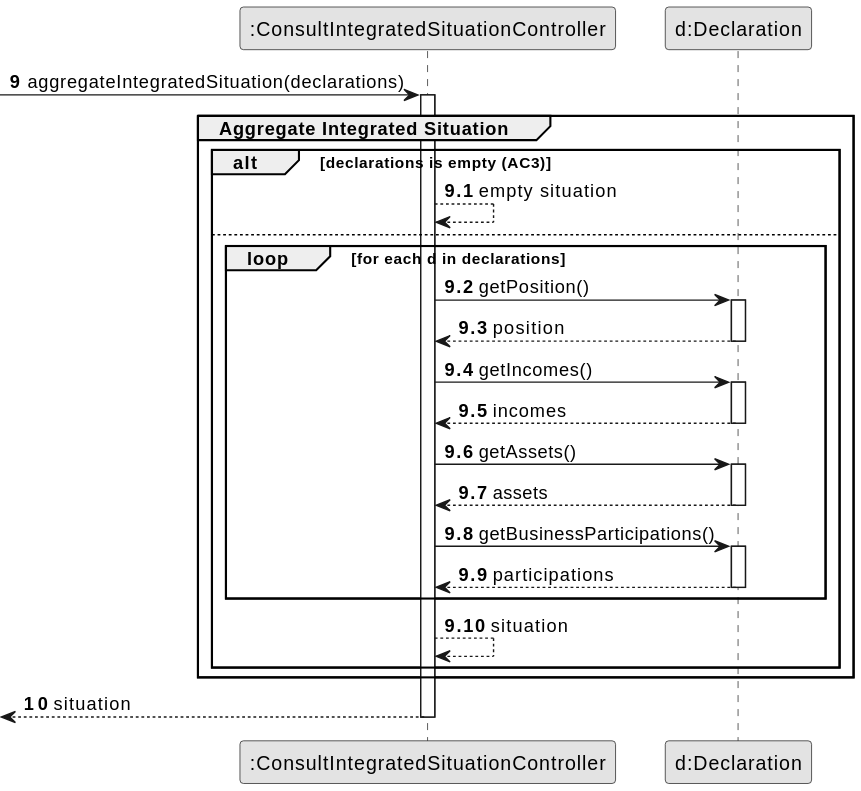
Above: docs/system-documentation/US09/03.design/svg/US09-SD-partial-aggregate-integrated-situation.svg in brunodspinto/crystal-clear-platform (PlantUML), before the change. The source it was exported from:
```plantuml
@startuml
skinparam monochrome true
skinparam packageStyle rectangle
skinparam shadowing false

autonumber

participant ":ConsultIntegratedSituationController" as CTRL
participant "d:Declaration" as DEC

autonumber 9
 -> CTRL : aggregateIntegratedSituation(declarations)
autonumber 9.1
activate CTRL
    group Aggregate Integrated Situation

        alt declarations is empty (AC3)
            CTRL --> CTRL : empty situation
        else
            loop for each d in declarations
                CTRL -> DEC : getPosition()
                activate DEC
                    DEC --> CTRL : position
                deactivate DEC

                CTRL -> DEC : getIncomes()
                activate DEC
                    DEC --> CTRL : incomes
                deactivate DEC

                CTRL -> DEC : getAssets()
                activate DEC
                    DEC --> CTRL : assets
                deactivate DEC

                CTRL -> DEC : getBusinessParticipations()
                activate DEC
                    DEC --> CTRL : participations
                deactivate DEC
            end
            CTRL --> CTRL : situation
        end

    end
    autonumber 10
    <-- CTRL : situation
deactivate CTRL
@enduml
```
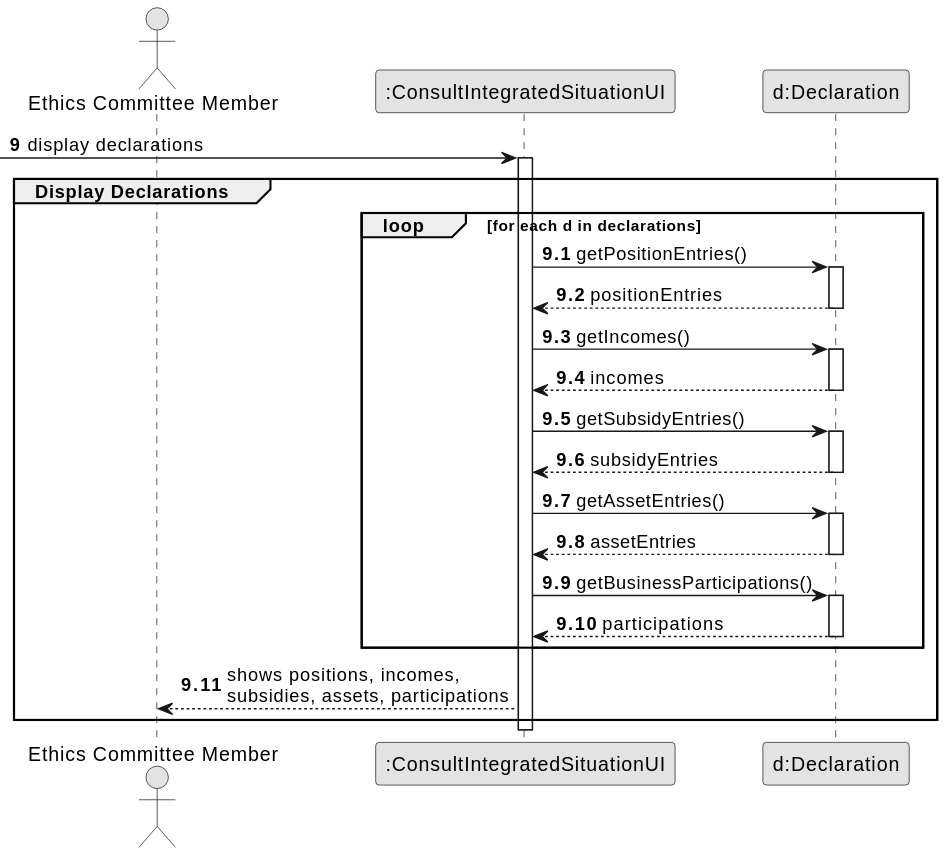
The same file after the commit.

What changed in the source:
```diff
@@ -5,44 +5,45 @@
 
 autonumber
 
-participant ":ConsultIntegratedSituationController" as CTRL
+actor "Ethics Committee Member" as ECM
+participant ":ConsultIntegratedSituationUI" as UI
 participant "d:Declaration" as DEC
 
 autonumber 9
- -> CTRL : aggregateIntegratedSituation(declarations)
+ -> UI : display declarations
 autonumber 9.1
-activate CTRL
-    group Aggregate Integrated Situation
+activate UI
+    group Display Declarations
 
-        alt declarations is empty (AC3)
-            CTRL --> CTRL : empty situation
-        else
-            loop for each d in declarations
-                CTRL -> DEC : getPosition()
-                activate DEC
-                    DEC --> CTRL : position
-                deactivate DEC
+        loop for each d in declarations
+            UI -> DEC : getPositionEntries()
+            activate DEC
+                DEC --> UI : positionEntries
+            deactivate DEC
 
-                CTRL -> DEC : getIncomes()
-                activate DEC
-                    DEC --> CTRL : incomes
-                deactivate DEC
+            UI -> DEC : getIncomes()
+            activate DEC
+                DEC --> UI : incomes
+            deactivate DEC
 
-                CTRL -> DEC : getAssets()
-                activate DEC
-                    DEC --> CTRL : assets
-                deactivate DEC
+            UI -> DEC : getSubsidyEntries()
+            activate DEC
+                DEC --> UI : subsidyEntries
+            deactivate DEC
 
-                CTRL -> DEC : getBusinessParticipations()
-                activate DEC
-                    DEC --> CTRL : participations
-                deactivate DEC
-            end
-            CTRL --> CTRL : situation
+            UI -> DEC : getAssetEntries()
+            activate DEC
+                DEC --> UI : assetEntries
+            deactivate DEC
+
+            UI -> DEC : getBusinessParticipations()
+            activate DEC
+                DEC --> UI : participations
+            deactivate DEC
         end
 
+        UI --> ECM : shows positions, incomes,\nsubsidies, assets, participations
+
     end
-    autonumber 10
-    <-- CTRL : situation
-deactivate CTRL
+deactivate UI
 @enduml
```
